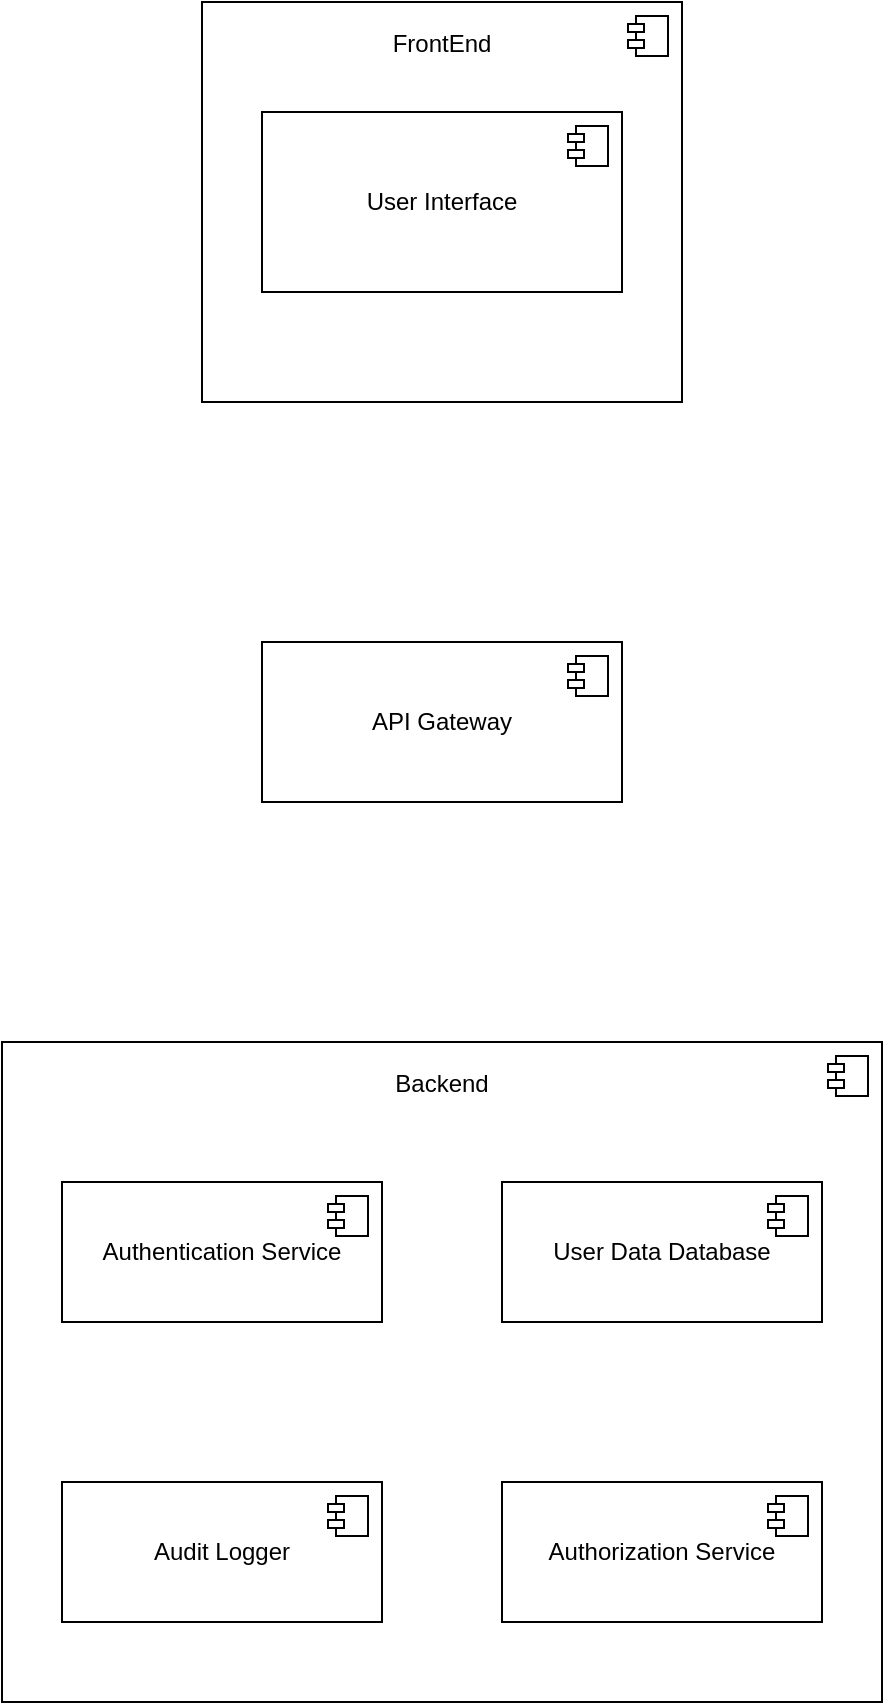
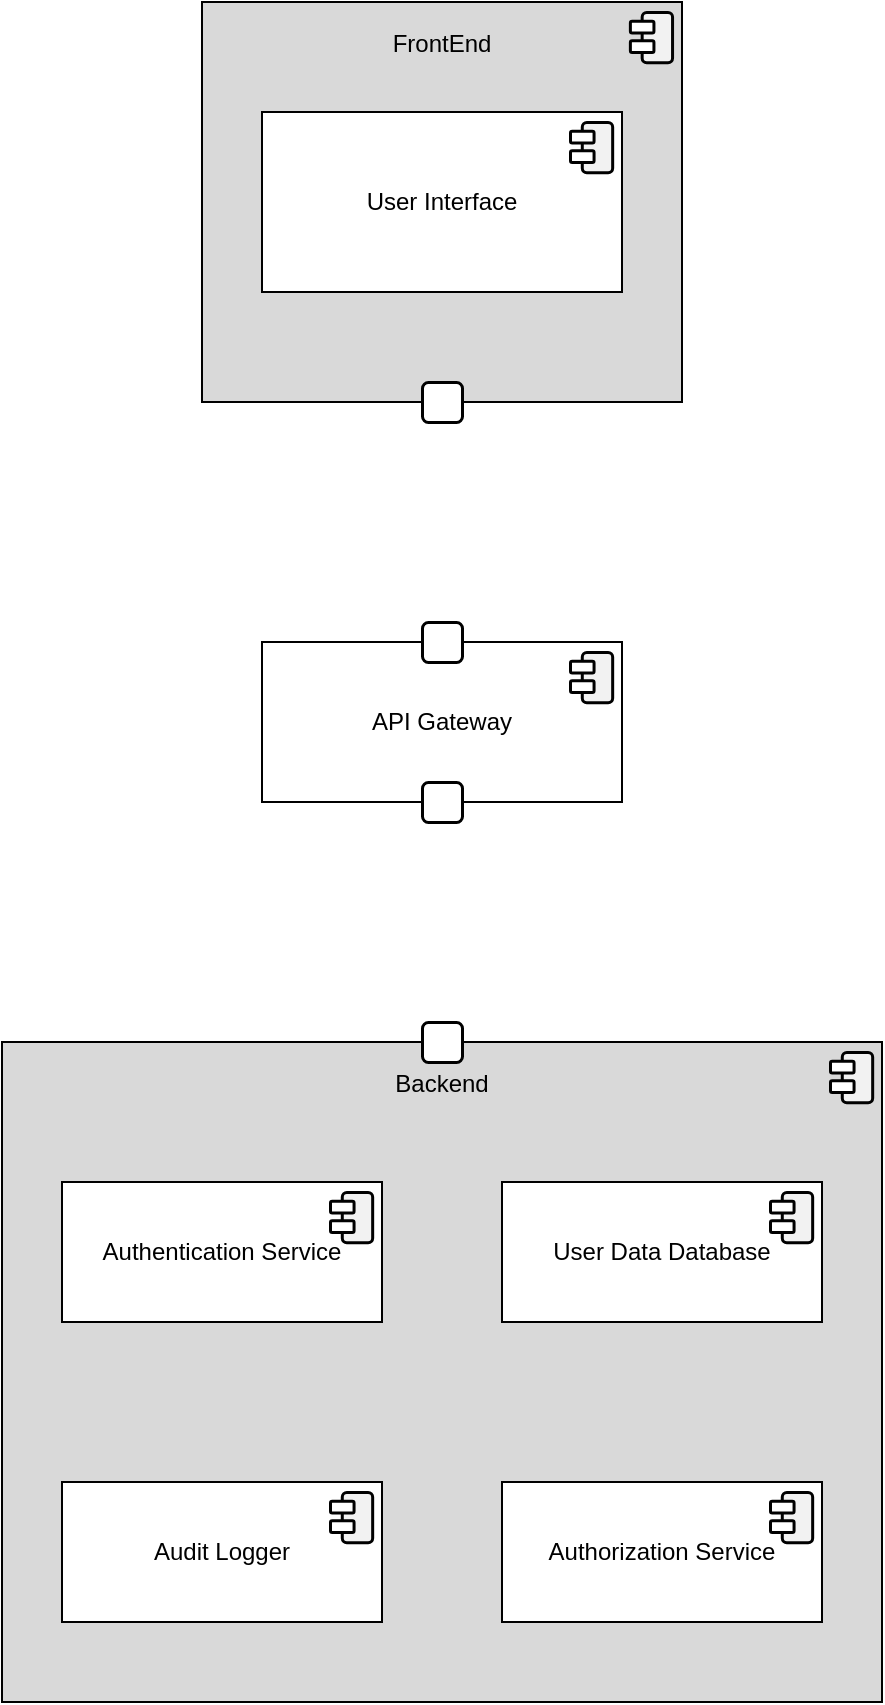
<mxfile host="app.diagrams.net">
  <diagram name="Page-1" id="phbDzcPIRWFyEIRLfKNQ">
-     <mxGraphModel dx="1548" dy="902" grid="1" gridSize="10" guides="1" tooltips="1" connect="1" arrows="1" fold="1" page="1" pageScale="1" pageWidth="850" pageHeight="1100" math="0" shadow="0">
+     <mxGraphModel dx="849" dy="913" grid="1" gridSize="10" guides="1" tooltips="1" connect="1" arrows="1" fold="1" page="1" pageScale="1" pageWidth="850" pageHeight="1100" math="0" shadow="0">
      <root>
        <mxCell id="0" />
        <mxCell id="1" parent="0" />
-         <mxCell id="n--Y3mDC4JvWWFTNY3TY-1" parent="1" style="html=1;dropTarget=0;whiteSpace=wrap;align=center;" value="FrontEnd&lt;div&gt;&lt;br&gt;&lt;/div&gt;&lt;div&gt;&lt;br&gt;&lt;/div&gt;&lt;div&gt;&lt;br&gt;&lt;/div&gt;&lt;div&gt;&lt;br&gt;&lt;/div&gt;&lt;div&gt;&lt;br&gt;&lt;/div&gt;&lt;div&gt;&lt;br&gt;&lt;/div&gt;&lt;div&gt;&lt;br&gt;&lt;/div&gt;&lt;div&gt;&lt;br&gt;&lt;/div&gt;&lt;div&gt;&lt;br&gt;&lt;/div&gt;&lt;div&gt;&lt;br&gt;&lt;/div&gt;&lt;div&gt;&lt;br&gt;&lt;/div&gt;" vertex="1">
+         <mxCell id="n--Y3mDC4JvWWFTNY3TY-1" parent="1" style="html=1;dropTarget=0;whiteSpace=wrap;align=center;fillColor=#D9D9D9;" value="FrontEnd&lt;div&gt;&lt;br&gt;&lt;/div&gt;&lt;div&gt;&lt;br&gt;&lt;/div&gt;&lt;div&gt;&lt;br&gt;&lt;/div&gt;&lt;div&gt;&lt;br&gt;&lt;/div&gt;&lt;div&gt;&lt;br&gt;&lt;/div&gt;&lt;div&gt;&lt;br&gt;&lt;/div&gt;&lt;div&gt;&lt;br&gt;&lt;/div&gt;&lt;div&gt;&lt;br&gt;&lt;/div&gt;&lt;div&gt;&lt;br&gt;&lt;/div&gt;&lt;div&gt;&lt;br&gt;&lt;/div&gt;&lt;div&gt;&lt;br&gt;&lt;/div&gt;" vertex="1">
          <mxGeometry height="200" width="240" x="300" y="40" as="geometry" />
-         </mxCell>
-         <mxCell id="n--Y3mDC4JvWWFTNY3TY-2" parent="n--Y3mDC4JvWWFTNY3TY-1" style="shape=module;jettyWidth=8;jettyHeight=4;" value="" vertex="1">
-           <mxGeometry height="20" relative="1" width="20" x="1" as="geometry">
-             <mxPoint x="-27" y="7" as="offset" />
-           </mxGeometry>
        </mxCell>
        <mxCell id="n--Y3mDC4JvWWFTNY3TY-3" parent="1" style="html=1;dropTarget=0;whiteSpace=wrap;" value="User Interface" vertex="1">
          <mxGeometry height="90" width="180" x="330" y="95" as="geometry" />
        </mxCell>
-         <mxCell id="n--Y3mDC4JvWWFTNY3TY-4" parent="n--Y3mDC4JvWWFTNY3TY-3" style="shape=module;jettyWidth=8;jettyHeight=4;" value="" vertex="1">
-           <mxGeometry height="20" relative="1" width="20" x="1" as="geometry">
-             <mxPoint x="-27" y="7" as="offset" />
-           </mxGeometry>
-         </mxCell>
        <mxCell id="n--Y3mDC4JvWWFTNY3TY-5" parent="1" style="html=1;dropTarget=0;whiteSpace=wrap;" value="API Gateway" vertex="1">
          <mxGeometry height="80" width="180" x="330" y="360" as="geometry" />
        </mxCell>
-         <mxCell id="n--Y3mDC4JvWWFTNY3TY-6" parent="n--Y3mDC4JvWWFTNY3TY-5" style="shape=module;jettyWidth=8;jettyHeight=4;" value="" vertex="1">
-           <mxGeometry height="20" relative="1" width="20" x="1" as="geometry">
-             <mxPoint x="-27" y="7" as="offset" />
-           </mxGeometry>
-         </mxCell>
-         <mxCell id="n--Y3mDC4JvWWFTNY3TY-8" parent="1" style="html=1;dropTarget=0;whiteSpace=wrap;" value="Backend&lt;div&gt;&lt;br&gt;&lt;/div&gt;&lt;div&gt;&lt;br&gt;&lt;/div&gt;&lt;div&gt;&lt;br&gt;&lt;/div&gt;&lt;div&gt;&lt;br&gt;&lt;/div&gt;&lt;div&gt;&lt;br&gt;&lt;/div&gt;&lt;div&gt;&lt;br&gt;&lt;/div&gt;&lt;div&gt;&lt;br&gt;&lt;/div&gt;&lt;div&gt;&lt;br&gt;&lt;/div&gt;&lt;div&gt;&lt;br&gt;&lt;/div&gt;&lt;div&gt;&lt;br&gt;&lt;/div&gt;&lt;div&gt;&lt;br&gt;&lt;/div&gt;&lt;div&gt;&lt;br&gt;&lt;/div&gt;&lt;div&gt;&lt;br&gt;&lt;/div&gt;&lt;div&gt;&lt;br&gt;&lt;/div&gt;&lt;div&gt;&lt;br&gt;&lt;/div&gt;&lt;div&gt;&lt;br&gt;&lt;/div&gt;&lt;div&gt;&lt;br&gt;&lt;/div&gt;&lt;div&gt;&lt;br&gt;&lt;/div&gt;&lt;div&gt;&lt;br&gt;&lt;/div&gt;&lt;div&gt;&lt;br&gt;&lt;/div&gt;" vertex="1">
+         <mxCell id="n--Y3mDC4JvWWFTNY3TY-8" parent="1" style="html=1;dropTarget=0;whiteSpace=wrap;fillColor=#D9D9D9;" value="Backend&lt;div&gt;&lt;br&gt;&lt;/div&gt;&lt;div&gt;&lt;br&gt;&lt;/div&gt;&lt;div&gt;&lt;br&gt;&lt;/div&gt;&lt;div&gt;&lt;br&gt;&lt;/div&gt;&lt;div&gt;&lt;br&gt;&lt;/div&gt;&lt;div&gt;&lt;br&gt;&lt;/div&gt;&lt;div&gt;&lt;br&gt;&lt;/div&gt;&lt;div&gt;&lt;br&gt;&lt;/div&gt;&lt;div&gt;&lt;br&gt;&lt;/div&gt;&lt;div&gt;&lt;br&gt;&lt;/div&gt;&lt;div&gt;&lt;br&gt;&lt;/div&gt;&lt;div&gt;&lt;br&gt;&lt;/div&gt;&lt;div&gt;&lt;br&gt;&lt;/div&gt;&lt;div&gt;&lt;br&gt;&lt;/div&gt;&lt;div&gt;&lt;br&gt;&lt;/div&gt;&lt;div&gt;&lt;br&gt;&lt;/div&gt;&lt;div&gt;&lt;br&gt;&lt;/div&gt;&lt;div&gt;&lt;br&gt;&lt;/div&gt;&lt;div&gt;&lt;br&gt;&lt;/div&gt;&lt;div&gt;&lt;br&gt;&lt;/div&gt;" vertex="1">
          <mxGeometry height="330" width="440" x="200" y="560" as="geometry" />
-         </mxCell>
-         <mxCell id="n--Y3mDC4JvWWFTNY3TY-9" parent="n--Y3mDC4JvWWFTNY3TY-8" style="shape=module;jettyWidth=8;jettyHeight=4;" value="" vertex="1">
-           <mxGeometry height="20" relative="1" width="20" x="1" as="geometry">
-             <mxPoint x="-27" y="7" as="offset" />
-           </mxGeometry>
        </mxCell>
        <mxCell id="n--Y3mDC4JvWWFTNY3TY-10" parent="1" style="html=1;dropTarget=0;whiteSpace=wrap;" value="User Data Database" vertex="1">
          <mxGeometry height="70" width="160" x="450" y="630" as="geometry" />
        </mxCell>
-         <mxCell id="n--Y3mDC4JvWWFTNY3TY-11" parent="n--Y3mDC4JvWWFTNY3TY-10" style="shape=module;jettyWidth=8;jettyHeight=4;" value="" vertex="1">
-           <mxGeometry height="20" relative="1" width="20" x="1" as="geometry">
-             <mxPoint x="-27" y="7" as="offset" />
-           </mxGeometry>
-         </mxCell>
        <mxCell id="n--Y3mDC4JvWWFTNY3TY-14" parent="1" style="html=1;dropTarget=0;whiteSpace=wrap;" value="Authentication Service" vertex="1">
          <mxGeometry height="70" width="160" x="230" y="630" as="geometry" />
-         </mxCell>
-         <mxCell id="n--Y3mDC4JvWWFTNY3TY-15" parent="n--Y3mDC4JvWWFTNY3TY-14" style="shape=module;jettyWidth=8;jettyHeight=4;" value="" vertex="1">
-           <mxGeometry height="20" relative="1" width="20" x="1" as="geometry">
-             <mxPoint x="-27" y="7" as="offset" />
-           </mxGeometry>
        </mxCell>
        <mxCell id="n--Y3mDC4JvWWFTNY3TY-16" parent="1" style="html=1;dropTarget=0;whiteSpace=wrap;" value="Authorization Service" vertex="1">
          <mxGeometry height="70" width="160" x="450" y="780" as="geometry" />
        </mxCell>
-         <mxCell id="n--Y3mDC4JvWWFTNY3TY-17" parent="n--Y3mDC4JvWWFTNY3TY-16" style="shape=module;jettyWidth=8;jettyHeight=4;" value="" vertex="1">
-           <mxGeometry height="20" relative="1" width="20" x="1" as="geometry">
-             <mxPoint x="-27" y="7" as="offset" />
-           </mxGeometry>
-         </mxCell>
        <mxCell id="n--Y3mDC4JvWWFTNY3TY-22" parent="1" style="html=1;dropTarget=0;whiteSpace=wrap;" value="Audit Logger" vertex="1">
          <mxGeometry height="70" width="160" x="230" y="780" as="geometry" />
        </mxCell>
-         <mxCell id="n--Y3mDC4JvWWFTNY3TY-23" parent="n--Y3mDC4JvWWFTNY3TY-22" style="shape=module;jettyWidth=8;jettyHeight=4;" value="" vertex="1">
-           <mxGeometry height="20" relative="1" width="20" x="1" as="geometry">
-             <mxPoint x="-27" y="7" as="offset" />
-           </mxGeometry>
+         <mxCell id="1ARV2l2Duy1HlI0RssmZ-2" parent="1" style="whiteSpace=wrap;html=1;aspect=fixed;strokeWidth=1.5;fillColor=light-dark(#FFFFFF, #ffffff);rounded=1;fillStyle=solid;" value="" vertex="1">
+           <mxGeometry height="20" width="20" x="410" y="230" as="geometry" />
+         </mxCell>
+         <mxCell id="1ARV2l2Duy1HlI0RssmZ-4" parent="1" style="whiteSpace=wrap;html=1;aspect=fixed;strokeWidth=1.5;fillColor=light-dark(#FFFFFF, #ffffff);rounded=1;fillStyle=solid;" value="" vertex="1">
+           <mxGeometry height="20" width="20" x="410" y="550" as="geometry" />
+         </mxCell>
+         <mxCell id="1ARV2l2Duy1HlI0RssmZ-5" parent="1" style="whiteSpace=wrap;html=1;aspect=fixed;strokeWidth=1.5;fillColor=light-dark(#FFFFFF, #ffffff);rounded=1;fillStyle=solid;" value="" vertex="1">
+           <mxGeometry height="20" width="20" x="410" y="430" as="geometry" />
+         </mxCell>
+         <mxCell id="1ARV2l2Duy1HlI0RssmZ-6" parent="1" style="whiteSpace=wrap;html=1;aspect=fixed;strokeWidth=1.5;fillColor=light-dark(#FFFFFF, #ffffff);rounded=1;fillStyle=solid;" value="" vertex="1">
+           <mxGeometry height="20" width="20" x="410" y="350" as="geometry" />
+         </mxCell>
+         <mxCell id="1ARV2l2Duy1HlI0RssmZ-9" connectable="0" parent="1" style="group;rounded=1;" value="" vertex="1">
+           <mxGeometry height="24" width="26.06" x="484" y="100" as="geometry" />
+         </mxCell>
+         <mxCell id="1ARV2l2Duy1HlI0RssmZ-10" parent="1ARV2l2Duy1HlI0RssmZ-9" style="rounded=1;whiteSpace=wrap;html=1;rotation=-90;strokeWidth=1.5;fillStyle=solid;fillColor=light-dark(#F2F2F2,#FFFFFF);" value="" vertex="1">
+           <mxGeometry height="15.18920245398773" width="25.141274576271183" x="0.9187254237288134" y="4.976687116564417" as="geometry" />
+         </mxCell>
+         <mxCell id="1ARV2l2Duy1HlI0RssmZ-11" parent="1ARV2l2Duy1HlI0RssmZ-9" style="rounded=1;whiteSpace=wrap;html=1;strokeWidth=1.5;fillStyle=solid;fillColor=#FFFFFF;" value="" vertex="1">
+           <mxGeometry height="5.88957055214724" width="11.778531073446326" y="4.414233128834359" as="geometry" />
+         </mxCell>
+         <mxCell id="1ARV2l2Duy1HlI0RssmZ-12" parent="1ARV2l2Duy1HlI0RssmZ-9" style="rounded=1;whiteSpace=wrap;html=1;strokeWidth=1.5;fillStyle=solid;fillColor=#FFFFFF;" value="" vertex="1">
+           <mxGeometry height="5.88957055214724" width="11.778531073446326" y="14.132024539877305" as="geometry" />
+         </mxCell>
+         <mxCell id="1ARV2l2Duy1HlI0RssmZ-14" connectable="0" parent="1" style="group;rounded=1;" value="" vertex="1">
+           <mxGeometry height="24" width="26.06" x="513.94" y="45" as="geometry" />
+         </mxCell>
+         <mxCell id="1ARV2l2Duy1HlI0RssmZ-15" parent="1ARV2l2Duy1HlI0RssmZ-14" style="rounded=1;whiteSpace=wrap;html=1;rotation=-90;strokeWidth=1.5;fillStyle=solid;fillColor=light-dark(#F2F2F2,#FFFFFF);" value="" vertex="1">
+           <mxGeometry height="15.18920245398773" width="25.141274576271183" x="0.9187254237288134" y="4.976687116564417" as="geometry" />
+         </mxCell>
+         <mxCell id="1ARV2l2Duy1HlI0RssmZ-16" parent="1ARV2l2Duy1HlI0RssmZ-14" style="rounded=1;whiteSpace=wrap;html=1;strokeWidth=1.5;fillStyle=solid;fillColor=#FFFFFF;" value="" vertex="1">
+           <mxGeometry height="5.88957055214724" width="11.778531073446326" y="4.414233128834359" as="geometry" />
+         </mxCell>
+         <mxCell id="1ARV2l2Duy1HlI0RssmZ-17" parent="1ARV2l2Duy1HlI0RssmZ-14" style="rounded=1;whiteSpace=wrap;html=1;strokeWidth=1.5;fillStyle=solid;fillColor=#FFFFFF;" value="" vertex="1">
+           <mxGeometry height="5.88957055214724" width="11.778531073446326" y="14.132024539877305" as="geometry" />
+         </mxCell>
+         <mxCell id="1ARV2l2Duy1HlI0RssmZ-22" connectable="0" parent="1" style="group;rounded=1;" value="" vertex="1">
+           <mxGeometry height="24" width="26.06" x="484" y="365" as="geometry" />
+         </mxCell>
+         <mxCell id="1ARV2l2Duy1HlI0RssmZ-23" parent="1ARV2l2Duy1HlI0RssmZ-22" style="rounded=1;whiteSpace=wrap;html=1;rotation=-90;strokeWidth=1.5;fillStyle=solid;fillColor=light-dark(#F2F2F2,#FFFFFF);" value="" vertex="1">
+           <mxGeometry height="15.18920245398773" width="25.141274576271183" x="0.9187254237288134" y="4.976687116564417" as="geometry" />
+         </mxCell>
+         <mxCell id="1ARV2l2Duy1HlI0RssmZ-24" parent="1ARV2l2Duy1HlI0RssmZ-22" style="rounded=1;whiteSpace=wrap;html=1;strokeWidth=1.5;fillStyle=solid;fillColor=#FFFFFF;" value="" vertex="1">
+           <mxGeometry height="5.88957055214724" width="11.778531073446326" y="4.414233128834359" as="geometry" />
+         </mxCell>
+         <mxCell id="1ARV2l2Duy1HlI0RssmZ-25" parent="1ARV2l2Duy1HlI0RssmZ-22" style="rounded=1;whiteSpace=wrap;html=1;strokeWidth=1.5;fillStyle=solid;fillColor=#FFFFFF;" value="" vertex="1">
+           <mxGeometry height="5.88957055214724" width="11.778531073446326" y="14.132024539877305" as="geometry" />
+         </mxCell>
+         <mxCell id="1ARV2l2Duy1HlI0RssmZ-26" connectable="0" parent="1" style="group;rounded=1;" value="" vertex="1">
+           <mxGeometry height="24" width="26.06" x="614" y="565" as="geometry" />
+         </mxCell>
+         <mxCell id="1ARV2l2Duy1HlI0RssmZ-27" parent="1ARV2l2Duy1HlI0RssmZ-26" style="rounded=1;whiteSpace=wrap;html=1;rotation=-90;strokeWidth=1.5;fillStyle=solid;fillColor=light-dark(#F2F2F2,#FFFFFF);" value="" vertex="1">
+           <mxGeometry height="15.18920245398773" width="25.141274576271183" x="0.9187254237288134" y="4.976687116564417" as="geometry" />
+         </mxCell>
+         <mxCell id="1ARV2l2Duy1HlI0RssmZ-28" parent="1ARV2l2Duy1HlI0RssmZ-26" style="rounded=1;whiteSpace=wrap;html=1;strokeWidth=1.5;fillStyle=solid;fillColor=#FFFFFF;" value="" vertex="1">
+           <mxGeometry height="5.88957055214724" width="11.778531073446326" y="4.414233128834359" as="geometry" />
+         </mxCell>
+         <mxCell id="1ARV2l2Duy1HlI0RssmZ-29" parent="1ARV2l2Duy1HlI0RssmZ-26" style="rounded=1;whiteSpace=wrap;html=1;strokeWidth=1.5;fillStyle=solid;fillColor=#FFFFFF;" value="" vertex="1">
+           <mxGeometry height="5.88957055214724" width="11.778531073446326" y="14.132024539877305" as="geometry" />
+         </mxCell>
+         <mxCell id="1ARV2l2Duy1HlI0RssmZ-30" connectable="0" parent="1" style="group;rounded=1;" value="" vertex="1">
+           <mxGeometry height="24" width="26.06" x="364" y="635" as="geometry" />
+         </mxCell>
+         <mxCell id="1ARV2l2Duy1HlI0RssmZ-31" parent="1ARV2l2Duy1HlI0RssmZ-30" style="rounded=1;whiteSpace=wrap;html=1;rotation=-90;strokeWidth=1.5;fillStyle=solid;fillColor=light-dark(#F2F2F2,#FFFFFF);" value="" vertex="1">
+           <mxGeometry height="15.18920245398773" width="25.141274576271183" x="0.9187254237288134" y="4.976687116564417" as="geometry" />
+         </mxCell>
+         <mxCell id="1ARV2l2Duy1HlI0RssmZ-32" parent="1ARV2l2Duy1HlI0RssmZ-30" style="rounded=1;whiteSpace=wrap;html=1;strokeWidth=1.5;fillStyle=solid;fillColor=#FFFFFF;" value="" vertex="1">
+           <mxGeometry height="5.88957055214724" width="11.778531073446326" y="4.414233128834359" as="geometry" />
+         </mxCell>
+         <mxCell id="1ARV2l2Duy1HlI0RssmZ-33" parent="1ARV2l2Duy1HlI0RssmZ-30" style="rounded=1;whiteSpace=wrap;html=1;strokeWidth=1.5;fillStyle=solid;fillColor=#FFFFFF;" value="" vertex="1">
+           <mxGeometry height="5.88957055214724" width="11.778531073446326" y="14.132024539877305" as="geometry" />
+         </mxCell>
+         <mxCell id="1ARV2l2Duy1HlI0RssmZ-34" connectable="0" parent="1" style="group;rounded=1;" value="" vertex="1">
+           <mxGeometry height="24" width="26.06" x="364" y="785" as="geometry" />
+         </mxCell>
+         <mxCell id="1ARV2l2Duy1HlI0RssmZ-35" parent="1ARV2l2Duy1HlI0RssmZ-34" style="rounded=1;whiteSpace=wrap;html=1;rotation=-90;strokeWidth=1.5;fillStyle=solid;fillColor=light-dark(#F2F2F2,#FFFFFF);" value="" vertex="1">
+           <mxGeometry height="15.18920245398773" width="25.141274576271183" x="0.9187254237288134" y="4.976687116564417" as="geometry" />
+         </mxCell>
+         <mxCell id="1ARV2l2Duy1HlI0RssmZ-36" parent="1ARV2l2Duy1HlI0RssmZ-34" style="rounded=1;whiteSpace=wrap;html=1;strokeWidth=1.5;fillStyle=solid;fillColor=#FFFFFF;" value="" vertex="1">
+           <mxGeometry height="5.88957055214724" width="11.778531073446326" y="4.414233128834359" as="geometry" />
+         </mxCell>
+         <mxCell id="1ARV2l2Duy1HlI0RssmZ-37" parent="1ARV2l2Duy1HlI0RssmZ-34" style="rounded=1;whiteSpace=wrap;html=1;strokeWidth=1.5;fillStyle=solid;fillColor=#FFFFFF;" value="" vertex="1">
+           <mxGeometry height="5.88957055214724" width="11.778531073446326" y="14.132024539877305" as="geometry" />
+         </mxCell>
+         <mxCell id="1ARV2l2Duy1HlI0RssmZ-38" connectable="0" parent="1" style="group;rounded=1;" value="" vertex="1">
+           <mxGeometry height="24" width="26.06" x="584" y="635" as="geometry" />
+         </mxCell>
+         <mxCell id="1ARV2l2Duy1HlI0RssmZ-39" parent="1ARV2l2Duy1HlI0RssmZ-38" style="rounded=1;whiteSpace=wrap;html=1;rotation=-90;strokeWidth=1.5;fillStyle=solid;fillColor=light-dark(#F2F2F2,#FFFFFF);" value="" vertex="1">
+           <mxGeometry height="15.18920245398773" width="25.141274576271183" x="0.9187254237288134" y="4.976687116564417" as="geometry" />
+         </mxCell>
+         <mxCell id="1ARV2l2Duy1HlI0RssmZ-40" parent="1ARV2l2Duy1HlI0RssmZ-38" style="rounded=1;whiteSpace=wrap;html=1;strokeWidth=1.5;fillStyle=solid;fillColor=#FFFFFF;" value="" vertex="1">
+           <mxGeometry height="5.88957055214724" width="11.778531073446326" y="4.414233128834359" as="geometry" />
+         </mxCell>
+         <mxCell id="1ARV2l2Duy1HlI0RssmZ-41" parent="1ARV2l2Duy1HlI0RssmZ-38" style="rounded=1;whiteSpace=wrap;html=1;strokeWidth=1.5;fillStyle=solid;fillColor=#FFFFFF;" value="" vertex="1">
+           <mxGeometry height="5.88957055214724" width="11.778531073446326" y="14.132024539877305" as="geometry" />
+         </mxCell>
+         <mxCell id="1ARV2l2Duy1HlI0RssmZ-42" connectable="0" parent="1" style="group;rounded=1;" value="" vertex="1">
+           <mxGeometry height="24" width="26.06" x="584" y="785" as="geometry" />
+         </mxCell>
+         <mxCell id="1ARV2l2Duy1HlI0RssmZ-43" parent="1ARV2l2Duy1HlI0RssmZ-42" style="rounded=1;whiteSpace=wrap;html=1;rotation=-90;strokeWidth=1.5;fillStyle=solid;fillColor=light-dark(#F2F2F2,#FFFFFF);" value="" vertex="1">
+           <mxGeometry height="15.18920245398773" width="25.141274576271183" x="0.9187254237288134" y="4.976687116564417" as="geometry" />
+         </mxCell>
+         <mxCell id="1ARV2l2Duy1HlI0RssmZ-44" parent="1ARV2l2Duy1HlI0RssmZ-42" style="rounded=1;whiteSpace=wrap;html=1;strokeWidth=1.5;fillStyle=solid;fillColor=#FFFFFF;" value="" vertex="1">
+           <mxGeometry height="5.88957055214724" width="11.778531073446326" y="4.414233128834359" as="geometry" />
+         </mxCell>
+         <mxCell id="1ARV2l2Duy1HlI0RssmZ-45" parent="1ARV2l2Duy1HlI0RssmZ-42" style="rounded=1;whiteSpace=wrap;html=1;strokeWidth=1.5;fillStyle=solid;fillColor=#FFFFFF;" value="" vertex="1">
+           <mxGeometry height="5.88957055214724" width="11.778531073446326" y="14.132024539877305" as="geometry" />
        </mxCell>
      </root>
    </mxGraphModel>
  </diagram>
</mxfile>
